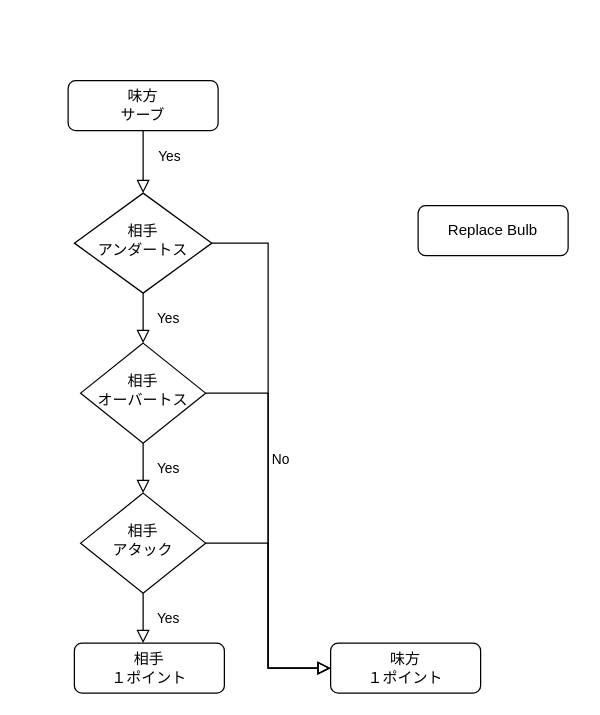
Before: 名称未設定ファイル.drawio in furukoshi12/volleyball, a draw.io diagram. Source tidied: cells renumbered, new cells numbered last; positions are measured from the earlier drawing's top-left corner, leaving out a move shared by most shapes. Both pictures are drawn from the tidied source at 125%, with x=0, y=0 at pixel (68, 80).
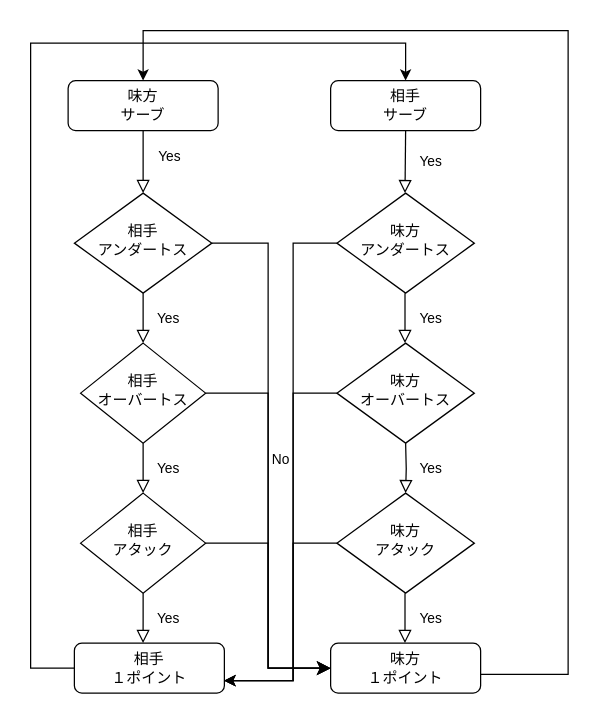
The same diagram, later.

Commit message:
名称未設定ファイル.drawio を更新します

Unchanged cells that the change refers to:
```xml
<mxCell id="4" value="味方&lt;br&gt;サーブ" style="rounded=1;whiteSpace=wrap;html=1;fontSize=12;glass=0;strokeWidth=1;shadow=0;" parent="1" vertex="1">
  <mxGeometry width="120" height="40" as="geometry" />
</mxCell>
<mxCell id="7" value="相手&lt;br&gt;アンダートス" style="rhombus;whiteSpace=wrap;html=1;shadow=0;fontFamily=Helvetica;fontSize=12;align=center;strokeWidth=1;spacing=6;spacingTop=-4;" parent="1" vertex="1">
  <mxGeometry x="5" y="90" width="110" height="80" as="geometry" />
</mxCell>
<mxCell id="8" value="味方&lt;br&gt;１ポイント" style="rounded=1;whiteSpace=wrap;html=1;fontSize=12;glass=0;strokeWidth=1;shadow=0;" parent="1" vertex="1">
  <mxGeometry x="210" y="450" width="120" height="40" as="geometry" />
</mxCell>
<mxCell id="11" value="相手&lt;br&gt;オーバートス" style="rhombus;whiteSpace=wrap;html=1;shadow=0;fontFamily=Helvetica;fontSize=12;align=center;strokeWidth=1;spacing=6;spacingTop=-4;" parent="1" vertex="1">
  <mxGeometry x="10" y="210" width="100" height="80" as="geometry" />
</mxCell>
<mxCell id="12" value="相手&lt;br&gt;１ポイント" style="rounded=1;whiteSpace=wrap;html=1;fontSize=12;glass=0;strokeWidth=1;shadow=0;" parent="1" vertex="1">
  <mxGeometry x="5" y="450" width="120" height="40" as="geometry" />
</mxCell>
<mxCell id="14" value="相手&lt;br&gt;アタック" style="rhombus;whiteSpace=wrap;html=1;shadow=0;fontFamily=Helvetica;fontSize=12;align=center;strokeWidth=1;spacing=6;spacingTop=-4;" parent="1" vertex="1">
  <mxGeometry x="10" y="330" width="100" height="80" as="geometry" />
</mxCell>
```

The edit, as a diff of the source:
```diff
@@
-    <mxCell id="6" value="No" style="edgeStyle=orthogonalEdgeStyle;rounded=0;html=1;jettySize=auto;fontSize=11;endArrow=block;endFill=0;endSize=8;strokeWidth=1;shadow=0;labelBackgroundColor=none;exitX=1;exitY=0.5;exitDx=0;exitDy=0;" parent="1" edge="1" source="7">
+    <mxCell id="6" value="No" style="edgeStyle=orthogonalEdgeStyle;rounded=0;html=1;jettySize=auto;fontSize=11;endArrow=classic;endFill=1;endSize=8;strokeWidth=1;shadow=0;labelBackgroundColor=none;exitX=1;exitY=0.5;exitDx=0;exitDy=0;" parent="1" edge="1" source="7">
       <mxGeometry y="10" relative="1" as="geometry">
         <mxPoint x="210" y="470" as="targetPoint" />
         <Array as="points">
           <mxPoint x="160" y="130" />
           <mxPoint x="160" y="470" />
         </Array>
       </mxGeometry>
     </mxCell>
@@
+    <mxCell id="17" style="edgeStyle=orthogonalEdgeStyle;rounded=0;jettySize=auto;html=1;entryX=0.5;entryY=0;entryDx=0;entryDy=0;" parent="1" edge="1" source="8" target="4">
+      <mxGeometry relative="1" as="geometry">
+        <Array as="points">
+          <mxPoint x="400" y="475" />
+          <mxPoint x="400" y="-40" />
+          <mxPoint x="60" y="-40" />
+        </Array>
+      </mxGeometry>
+    </mxCell>
@@
-    <mxCell id="9" style="rounded=0;html=1;jettySize=auto;fontSize=11;endArrow=block;endFill=0;endSize=8;strokeWidth=1;shadow=0;labelBackgroundColor=none;edgeStyle=orthogonalEdgeStyle;exitX=1;exitY=0.5;exitDx=0;exitDy=0;entryX=0;entryY=0.5;entryDx=0;entryDy=0;" parent="1" edge="1" source="11" target="8">
+    <mxCell id="9" style="rounded=0;html=1;jettySize=auto;fontSize=11;endArrow=classic;endFill=1;endSize=8;strokeWidth=1;shadow=0;labelBackgroundColor=none;edgeStyle=orthogonalEdgeStyle;exitX=1;exitY=0.5;exitDx=0;exitDy=0;" parent="1" edge="1" source="11">
       <mxGeometry x="0.33" y="20" relative="1" as="geometry">
+        <mxPoint x="210" y="470" as="targetPoint" />
         <Array as="points">
           <mxPoint x="160" y="250" />
           <mxPoint x="160" y="470" />
         </Array>
       </mxGeometry>
     </mxCell>
@@
+    <mxCell id="18" style="edgeStyle=orthogonalEdgeStyle;rounded=0;jettySize=auto;html=1;exitX=0;exitY=0.5;exitDx=0;exitDy=0;entryX=0.5;entryY=0;entryDx=0;entryDy=0;" parent="1" edge="1" source="12" target="13">
+      <mxGeometry relative="1" as="geometry">
+        <Array as="points">
+          <mxPoint x="-30" y="470" />
+          <mxPoint x="-30" y="-30" />
+          <mxPoint x="270" y="-30" />
+        </Array>
+      </mxGeometry>
+    </mxCell>
@@
-    <mxCell id="13" value="Replace Bulb" style="rounded=1;whiteSpace=wrap;html=1;fontSize=12;glass=0;strokeWidth=1;shadow=0;" parent="1" vertex="1">
-      <mxGeometry x="280" y="100" width="120" height="40" as="geometry" />
+    <mxCell id="13" value="相手&lt;br&gt;サーブ" style="rounded=1;whiteSpace=wrap;html=1;fontSize=12;glass=0;strokeWidth=1;shadow=0;" parent="1" vertex="1">
+      <mxGeometry x="210" width="120" height="40" as="geometry" />
     </mxCell>
@@
-    <mxCell id="16" style="rounded=0;html=1;jettySize=auto;fontSize=11;endArrow=block;endFill=0;endSize=8;strokeWidth=1;shadow=0;labelBackgroundColor=none;edgeStyle=orthogonalEdgeStyle;exitX=1;exitY=0.5;exitDx=0;exitDy=0;" parent="1" edge="1" source="14" target="8">
+    <mxCell id="16" style="rounded=0;html=1;jettySize=auto;fontSize=11;endArrow=classic;endFill=1;endSize=8;strokeWidth=1;shadow=0;labelBackgroundColor=none;edgeStyle=orthogonalEdgeStyle;exitX=1;exitY=0.5;exitDx=0;exitDy=0;" parent="1" edge="1" source="14" target="8">
       <mxGeometry x="0.33" y="20" relative="1" as="geometry">
         <Array as="points">
           <mxPoint x="160" y="370" />
           <mxPoint x="160" y="470" />
         </Array>
       </mxGeometry>
     </mxCell>
+    <mxCell id="19" style="edgeStyle=orthogonalEdgeStyle;rounded=0;jettySize=auto;html=1;exitX=0;exitY=0.5;exitDx=0;exitDy=0;entryX=1;entryY=0.75;entryDx=0;entryDy=0;" parent="1" edge="1" source="20" target="12">
+      <mxGeometry relative="1" as="geometry">
+        <Array as="points">
+          <mxPoint x="180" y="130" />
+          <mxPoint x="180" y="480" />
+        </Array>
+      </mxGeometry>
+    </mxCell>
+    <mxCell id="20" value="味方&lt;br&gt;アンダートス" style="rhombus;whiteSpace=wrap;html=1;shadow=0;fontFamily=Helvetica;fontSize=12;align=center;strokeWidth=1;spacing=6;spacingTop=-4;" parent="1" vertex="1">
+      <mxGeometry x="215" y="90" width="110" height="80" as="geometry" />
+    </mxCell>
+    <mxCell id="21" style="edgeStyle=orthogonalEdgeStyle;rounded=0;jettySize=auto;html=1;exitX=0;exitY=0.5;exitDx=0;exitDy=0;" parent="1" edge="1" source="22" target="12">
+      <mxGeometry relative="1" as="geometry">
+        <Array as="points">
+          <mxPoint x="180" y="250" />
+          <mxPoint x="180" y="480" />
+        </Array>
+      </mxGeometry>
+    </mxCell>
+    <mxCell id="22" value="味方&lt;br&gt;オーバートス" style="rhombus;whiteSpace=wrap;html=1;shadow=0;fontFamily=Helvetica;fontSize=12;align=center;strokeWidth=1;spacing=6;spacingTop=-4;" parent="1" vertex="1">
+      <mxGeometry x="215" y="210" width="110" height="80" as="geometry" />
+    </mxCell>
+    <mxCell id="23" style="edgeStyle=orthogonalEdgeStyle;rounded=0;jettySize=auto;html=1;exitX=0;exitY=0.5;exitDx=0;exitDy=0;entryX=1;entryY=0.75;entryDx=0;entryDy=0;" parent="1" edge="1" source="24" target="12">
+      <mxGeometry relative="1" as="geometry">
+        <Array as="points">
+          <mxPoint x="180" y="370" />
+          <mxPoint x="180" y="480" />
+        </Array>
+      </mxGeometry>
+    </mxCell>
+    <mxCell id="24" value="味方&lt;br&gt;アタック" style="rhombus;whiteSpace=wrap;html=1;shadow=0;fontFamily=Helvetica;fontSize=12;align=center;strokeWidth=1;spacing=6;spacingTop=-4;" parent="1" vertex="1">
+      <mxGeometry x="215" y="330" width="110" height="80" as="geometry" />
+    </mxCell>
+    <mxCell id="25" value="Yes" style="rounded=0;html=1;jettySize=auto;orthogonalLoop=1;fontSize=11;endArrow=block;endFill=0;endSize=8;strokeWidth=1;shadow=0;labelBackgroundColor=none;edgeStyle=orthogonalEdgeStyle;" parent="1" edge="1">
+      <mxGeometry y="20" relative="1" as="geometry">
+        <mxPoint x="269.5" y="170" as="sourcePoint" />
+        <mxPoint x="269.5" y="210" as="targetPoint" />
+        <Array as="points">
+          <mxPoint x="270" y="190" />
+          <mxPoint x="270" y="190" />
+        </Array>
+      </mxGeometry>
+    </mxCell>
+    <mxCell id="26" value="Yes" style="rounded=0;html=1;jettySize=auto;orthogonalLoop=1;fontSize=11;endArrow=block;endFill=0;endSize=8;strokeWidth=1;shadow=0;labelBackgroundColor=none;edgeStyle=orthogonalEdgeStyle;" parent="1" edge="1">
+      <mxGeometry x="0.05" y="20" relative="1" as="geometry">
+        <mxPoint x="270" y="290" as="sourcePoint" />
+        <mxPoint x="270" y="330" as="targetPoint" />
+      </mxGeometry>
+    </mxCell>
+    <mxCell id="27" value="Yes" style="edgeStyle=orthogonalEdgeStyle;rounded=0;html=1;jettySize=auto;orthogonalLoop=1;fontSize=11;endArrow=block;endFill=0;endSize=8;strokeWidth=1;shadow=0;labelBackgroundColor=none;exitX=0.5;exitY=1;exitDx=0;exitDy=0;entryX=0.458;entryY=0;entryDx=0;entryDy=0;entryPerimeter=0;" parent="1" edge="1">
+      <mxGeometry y="20" relative="1" as="geometry">
+        <mxPoint x="269.5" y="410" as="sourcePoint" />
+        <mxPoint x="269.5" y="450" as="targetPoint" />
+        <Array as="points">
+          <mxPoint x="269.5" y="430" />
+          <mxPoint x="269.5" y="430" />
+        </Array>
+      </mxGeometry>
+    </mxCell>
+    <mxCell id="28" value="Yes" style="edgeStyle=orthogonalEdgeStyle;rounded=0;html=1;jettySize=auto;fontSize=11;endArrow=block;endFill=0;endSize=8;strokeWidth=1;shadow=0;labelBackgroundColor=none;exitX=0.5;exitY=1;exitDx=0;exitDy=0;entryX=0.458;entryY=0;entryDx=0;entryDy=0;entryPerimeter=0;" parent="1" edge="1" source="13">
+      <mxGeometry y="20" relative="1" as="geometry">
+        <mxPoint x="269.5" y="90" as="targetPoint" />
+      </mxGeometry>
+    </mxCell>
```
